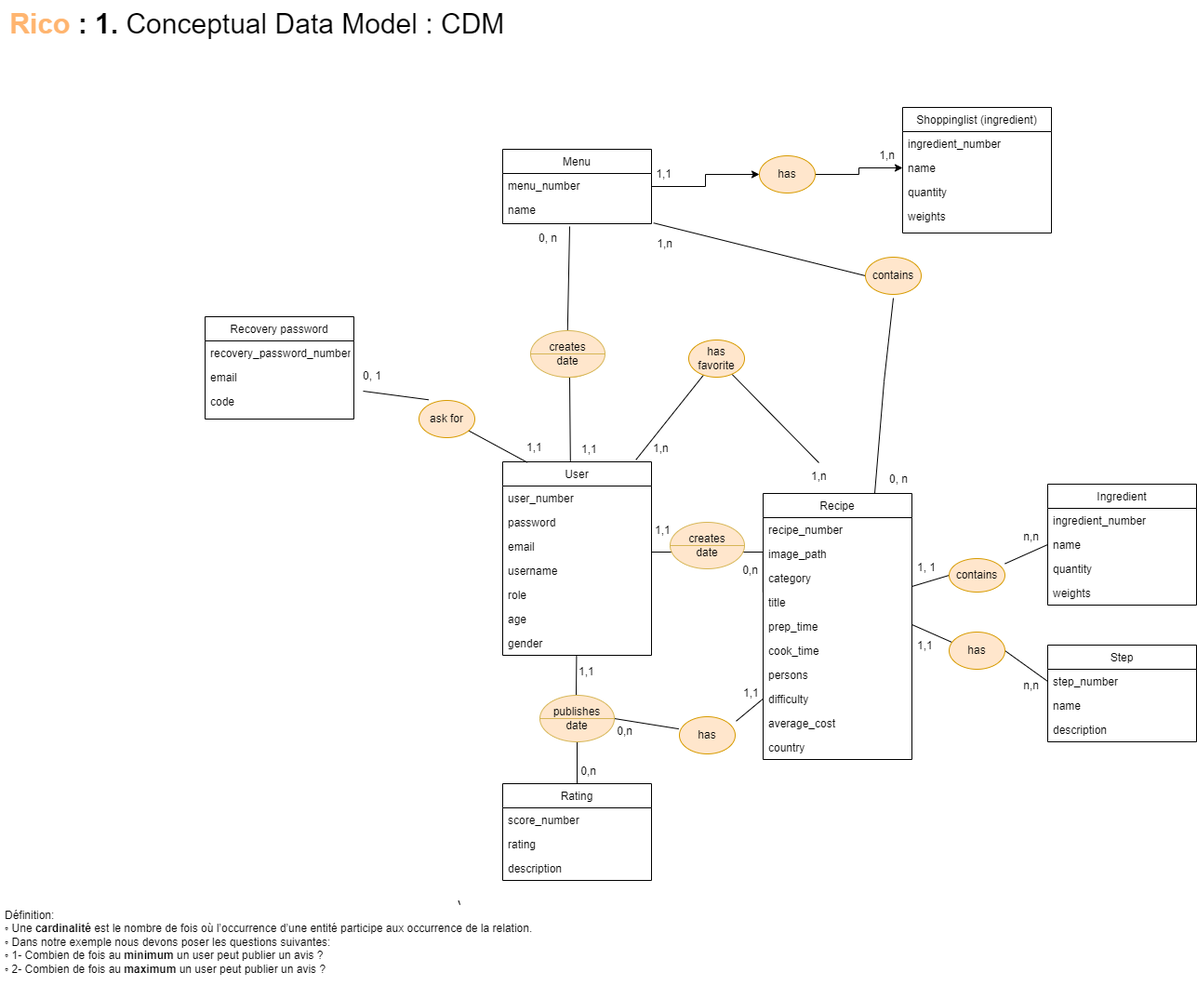
Above: conception/CDM.drawio.png in saracruzfdez/ricoCda (draw.io), before the change. Source tidied: cells renumbered, new cells last; positions are measured from the earlier drawing's top-left corner, leaving out a move shared by most shapes.
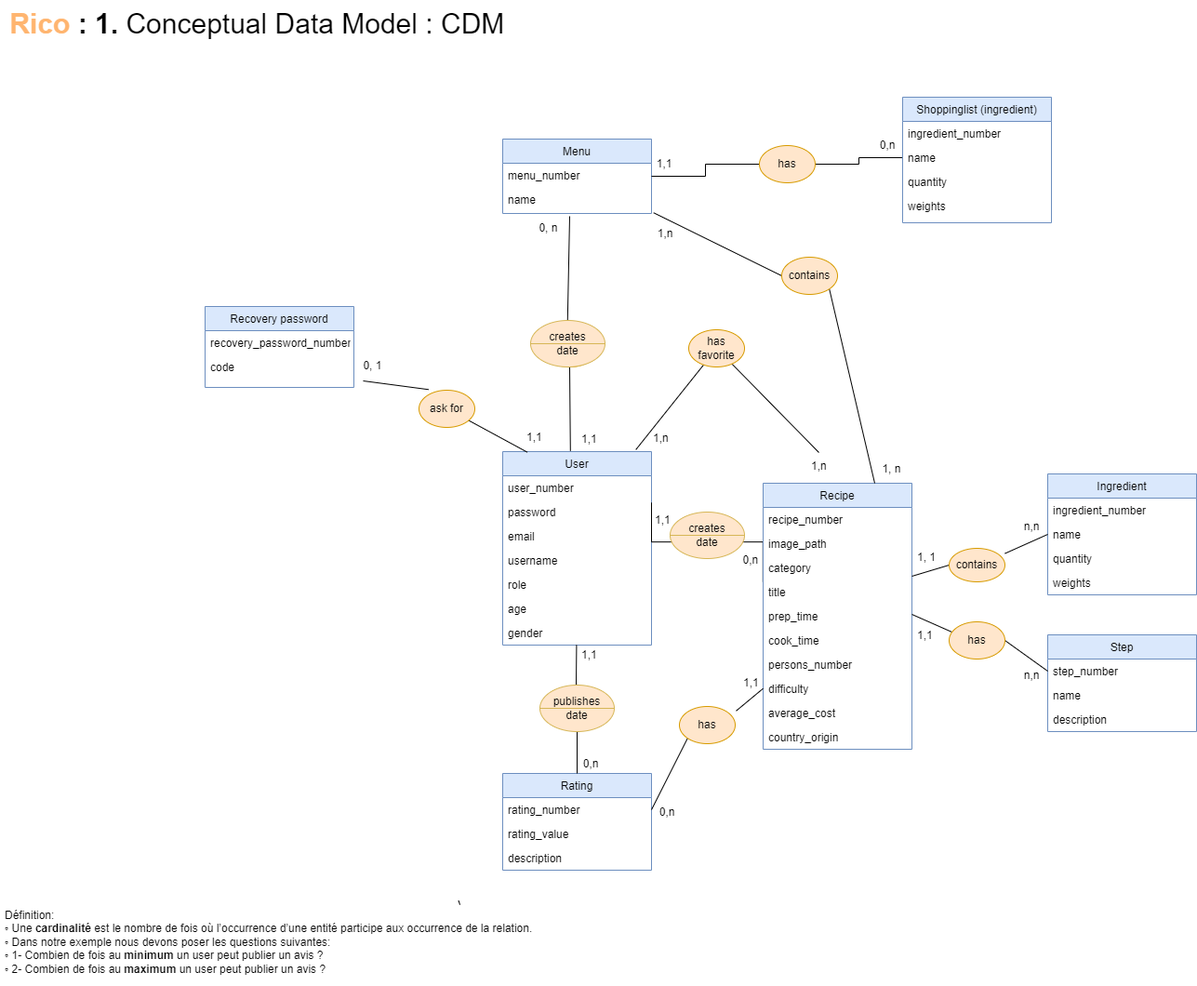
The same diagram one commit later.

What changed in the source:
```diff
@@ -2,7 +2,7 @@
   <root>
     <mxCell id="0" />
     <mxCell id="1" parent="0" />
-    <mxCell id="2" value="User" style="swimlane;fontStyle=0;align=center;verticalAlign=top;horizontal=1;startSize=26;rounded=0;shadow=0;strokeWidth=1;" parent="1" vertex="1">
+    <mxCell id="2" value="User" style="swimlane;fontStyle=0;align=center;verticalAlign=top;horizontal=1;startSize=26;rounded=0;shadow=0;strokeWidth=1;fillColor=#dae8fc;strokeColor=#6c8ebf;" parent="1" vertex="1">
       <mxGeometry x="540" y="496" width="160" height="208" as="geometry" />
     </mxCell>
     <mxCell id="3" value="user_number" style="text;align=left;verticalAlign=top;spacingLeft=4;spacingRight=4;overflow=hidden;rounded=0;shadow=0;html=0;" parent="2" vertex="1">
@@ -42,10 +42,10 @@
     <mxCell id="12" value="gender" style="text;align=left;verticalAlign=top;spacingLeft=4;spacingRight=4;overflow=hidden;rounded=0;shadow=0;html=0;" parent="2" vertex="1">
       <mxGeometry y="182" width="160" height="26" as="geometry" />
     </mxCell>
-    <mxCell id="13" style="edgeStyle=orthogonalEdgeStyle;rounded=0;jettySize=auto;html=1;entryX=0;entryY=0.5;entryDx=0;entryDy=0;" parent="1" edge="1" source="92" target="88">
+    <mxCell id="13" style="edgeStyle=orthogonalEdgeStyle;rounded=0;jettySize=auto;html=1;entryX=0;entryY=0.5;entryDx=0;entryDy=0;endArrow=none;endFill=0;" parent="1" edge="1" source="92" target="88">
       <mxGeometry relative="1" as="geometry" />
     </mxCell>
-    <mxCell id="14" value="Menu" style="swimlane;fontStyle=0;align=center;verticalAlign=top;horizontal=1;startSize=26;rounded=0;shadow=0;strokeWidth=1;" parent="1" vertex="1">
+    <mxCell id="14" value="Menu" style="swimlane;fontStyle=0;align=center;verticalAlign=top;horizontal=1;startSize=26;rounded=0;shadow=0;strokeWidth=1;fillColor=#dae8fc;strokeColor=#6c8ebf;" parent="1" vertex="1">
       <mxGeometry x="540" y="160" width="160" height="80" as="geometry" />
     </mxCell>
     <mxCell id="15" value="menu_number" style="text;align=left;verticalAlign=top;spacingLeft=4;spacingRight=4;overflow=hidden;" parent="14" vertex="1">
@@ -54,7 +54,7 @@
     <mxCell id="16" value="name" style="text;align=left;verticalAlign=top;spacingLeft=4;spacingRight=4;overflow=hidden;points=[[0,0.5],[1,0.5]];portConstraint=eastwest;" parent="14" vertex="1">
       <mxGeometry y="52" width="160" height="26" as="geometry" />
     </mxCell>
-    <mxCell id="17" value="Ingredient" style="swimlane;fontStyle=0;align=center;verticalAlign=top;horizontal=1;startSize=26;rounded=0;shadow=0;strokeWidth=1;" parent="1" vertex="1">
+    <mxCell id="17" value="Ingredient" style="swimlane;fontStyle=0;align=center;verticalAlign=top;horizontal=1;startSize=26;rounded=0;shadow=0;strokeWidth=1;fillColor=#dae8fc;strokeColor=#6c8ebf;" parent="1" vertex="1">
       <mxGeometry x="1126" y="520" width="160" height="130" as="geometry" />
     </mxCell>
     <mxCell id="18" value="ingredient_number" style="text;align=left;verticalAlign=top;spacingLeft=4;spacingRight=4;overflow=hidden;" parent="17" vertex="1">
@@ -69,7 +69,7 @@
     <mxCell id="21" value="weights" style="text;align=left;verticalAlign=top;spacingLeft=4;spacingRight=4;overflow=hidden;" parent="17" vertex="1">
       <mxGeometry y="104" width="160" height="26" as="geometry" />
     </mxCell>
-    <mxCell id="22" value="Recipe" style="swimlane;fontStyle=0;align=center;verticalAlign=top;horizontal=1;startSize=26;rounded=0;shadow=0;strokeWidth=1;" parent="1" vertex="1">
+    <mxCell id="22" value="Recipe" style="swimlane;fontStyle=0;align=center;verticalAlign=top;horizontal=1;startSize=26;rounded=0;shadow=0;strokeWidth=1;fillColor=#dae8fc;strokeColor=#6c8ebf;" parent="1" vertex="1">
       <mxGeometry x="820" y="530" width="160" height="286" as="geometry" />
     </mxCell>
     <mxCell id="23" value="recipe_number" style="text;align=left;verticalAlign=top;spacingLeft=4;spacingRight=4;overflow=hidden;" parent="22" vertex="1">
@@ -90,7 +90,7 @@
     <mxCell id="28" value="cook_time" style="text;align=left;verticalAlign=top;spacingLeft=4;spacingRight=4;overflow=hidden;" parent="22" vertex="1">
       <mxGeometry y="156" width="160" height="26" as="geometry" />
     </mxCell>
-    <mxCell id="29" value="persons" style="text;align=left;verticalAlign=top;spacingLeft=4;spacingRight=4;overflow=hidden;" parent="22" vertex="1">
+    <mxCell id="29" value="persons_number" style="text;align=left;verticalAlign=top;spacingLeft=4;spacingRight=4;overflow=hidden;" parent="22" vertex="1">
       <mxGeometry y="182" width="160" height="26" as="geometry" />
     </mxCell>
     <mxCell id="30" value="difficulty" style="text;align=left;verticalAlign=top;spacingLeft=4;spacingRight=4;overflow=hidden;" parent="22" vertex="1">
@@ -99,10 +99,10 @@
     <mxCell id="31" value="average_cost" style="text;align=left;verticalAlign=top;spacingLeft=4;spacingRight=4;overflow=hidden;" parent="22" vertex="1">
       <mxGeometry y="234" width="160" height="26" as="geometry" />
     </mxCell>
-    <mxCell id="32" value="country" style="text;align=left;verticalAlign=top;spacingLeft=4;spacingRight=4;overflow=hidden;" parent="22" vertex="1">
+    <mxCell id="32" value="country_origin" style="text;align=left;verticalAlign=top;spacingLeft=4;spacingRight=4;overflow=hidden;" parent="22" vertex="1">
       <mxGeometry y="260" width="160" height="26" as="geometry" />
     </mxCell>
-    <mxCell id="33" value="Step" style="swimlane;fontStyle=0;align=center;verticalAlign=top;horizontal=1;startSize=26;rounded=0;shadow=0;strokeWidth=1;" parent="1" vertex="1">
+    <mxCell id="33" value="Step" style="swimlane;fontStyle=0;align=center;verticalAlign=top;horizontal=1;startSize=26;rounded=0;shadow=0;strokeWidth=1;fillColor=#dae8fc;strokeColor=#6c8ebf;" parent="1" vertex="1">
       <mxGeometry x="1126" y="693" width="160" height="104" as="geometry" />
     </mxCell>
     <mxCell id="34" value="step_number" style="text;align=left;verticalAlign=top;spacingLeft=4;spacingRight=4;overflow=hidden;points=[[0,0.5],[1,0.5]];portConstraint=eastwest;" parent="33" vertex="1">
@@ -114,13 +114,13 @@
     <mxCell id="36" value="description" style="text;align=left;verticalAlign=top;spacingLeft=4;spacingRight=4;overflow=hidden;" parent="33" vertex="1">
       <mxGeometry y="78" width="160" height="26" as="geometry" />
     </mxCell>
-    <mxCell id="37" value="Rating" style="swimlane;fontStyle=0;align=center;verticalAlign=top;horizontal=1;startSize=26;rounded=0;shadow=0;strokeWidth=1;" parent="1" vertex="1">
+    <mxCell id="37" value="Rating" style="swimlane;fontStyle=0;align=center;verticalAlign=top;horizontal=1;startSize=26;rounded=0;shadow=0;strokeWidth=1;fillColor=#dae8fc;strokeColor=#6c8ebf;" parent="1" vertex="1">
       <mxGeometry x="540" y="842" width="160" height="104" as="geometry" />
     </mxCell>
-    <mxCell id="38" value="score_number" style="text;align=left;verticalAlign=top;spacingLeft=4;spacingRight=4;overflow=hidden;points=[[0,0.5],[1,0.5]];portConstraint=eastwest;" parent="37" vertex="1">
+    <mxCell id="38" value="rating_number" style="text;align=left;verticalAlign=top;spacingLeft=4;spacingRight=4;overflow=hidden;points=[[0,0.5],[1,0.5]];portConstraint=eastwest;" parent="37" vertex="1">
       <mxGeometry y="26" width="160" height="26" as="geometry" />
     </mxCell>
-    <mxCell id="39" value="rating" style="text;align=left;verticalAlign=top;spacingLeft=4;spacingRight=4;overflow=hidden;" parent="37" vertex="1">
+    <mxCell id="39" value="rating_value" style="text;align=left;verticalAlign=top;spacingLeft=4;spacingRight=4;overflow=hidden;" parent="37" vertex="1">
       <mxGeometry y="52" width="160" height="26" as="geometry" />
     </mxCell>
     <mxCell id="40" value="description" style="text;align=left;verticalAlign=top;spacingLeft=4;spacingRight=4;overflow=hidden;" parent="37" vertex="1">
@@ -150,9 +150,9 @@
       </mxGeometry>
     </mxCell>
     <mxCell id="48" value="0,n" style="align=right;verticalAlign=bottom;labelBackgroundColor=none;fontSize=12;" parent="1" vertex="1">
-      <mxGeometry x="681" y="794" as="geometry" />
+      <mxGeometry x="726" y="892" as="geometry" />
     </mxCell>
-    <mxCell id="49" style="endArrow=none;html=1;rounded=0;entryX=1;entryY=0.5;entryDx=0;entryDy=0;exitX=-0.011;exitY=0.328;exitDx=0;exitDy=0;exitPerimeter=0;endFill=0;" parent="1" edge="1" source="94" target="100">
+    <mxCell id="49" style="endArrow=none;html=1;rounded=0;entryX=1;entryY=0.5;entryDx=0;entryDy=0;exitX=0;exitY=1;exitDx=0;exitDy=0;endFill=0;" parent="1" edge="1" source="94" target="38">
       <mxGeometry relative="1" as="geometry" />
     </mxCell>
     <mxCell id="50" value="1,n" style="align=left;verticalAlign=bottom;labelBackgroundColor=none;fontSize=12;" parent="1" vertex="1">
@@ -187,21 +187,16 @@
         <mxPoint x="53" y="-6" as="offset" />
       </mxGeometry>
     </mxCell>
-    <mxCell id="58" style="endArrow=none;html=1;rounded=0;entryX=0.75;entryY=0;entryDx=0;entryDy=0;" parent="1" edge="1" target="22">
-      <mxGeometry relative="1" as="geometry">
-        <mxPoint x="960" y="320" as="sourcePoint" />
-        <Array as="points">
-          <mxPoint x="950" y="410" />
-        </Array>
-      </mxGeometry>
+    <mxCell id="58" style="endArrow=none;html=1;rounded=0;entryX=0.75;entryY=0;entryDx=0;entryDy=0;exitX=1;exitY=1;exitDx=0;exitDy=0;" parent="1" edge="1" source="77" target="22">
+      <mxGeometry relative="1" as="geometry" />
     </mxCell>
     <mxCell id="59" value="1,n" style="align=right;verticalAlign=bottom;labelBackgroundColor=none;fontSize=12;" parent="1" vertex="1">
       <mxGeometry x="890" y="264" as="geometry">
         <mxPoint x="-166" y="6" as="offset" />
       </mxGeometry>
     </mxCell>
-    <mxCell id="60" value="0, n" style="align=right;verticalAlign=bottom;labelBackgroundColor=none;fontSize=12;" parent="1" vertex="1">
-      <mxGeometry x="700" y="725" as="geometry">
+    <mxCell id="60" value="1, n" style="align=right;verticalAlign=bottom;labelBackgroundColor=none;fontSize=12;" parent="1" vertex="1">
+      <mxGeometry x="692" y="725" as="geometry">
         <mxPoint x="277" y="-202" as="offset" />
       </mxGeometry>
     </mxCell>
@@ -210,7 +205,7 @@
         <mxPoint x="-18" y="56" as="offset" />
       </mxGeometry>
     </mxCell>
-    <mxCell id="62" value="1,n" style="align=right;verticalAlign=bottom;labelBackgroundColor=none;fontSize=12;" parent="1" vertex="1">
+    <mxCell id="62" value="0,n" style="align=right;verticalAlign=bottom;labelBackgroundColor=none;fontSize=12;" parent="1" vertex="1">
       <mxGeometry x="727" y="567" as="geometry">
         <mxPoint x="236" y="-392" as="offset" />
       </mxGeometry>
@@ -224,17 +219,14 @@
         <mxPoint x="619.4" y="704" as="targetPoint" />
       </mxGeometry>
     </mxCell>
-    <mxCell id="65" value="Recovery password" style="swimlane;fontStyle=0;align=center;verticalAlign=top;horizontal=1;startSize=26;rounded=0;shadow=0;strokeWidth=1;" parent="1" vertex="1">
-      <mxGeometry x="220" y="340" width="160" height="110" as="geometry" />
+    <mxCell id="65" value="Recovery password" style="swimlane;fontStyle=0;align=center;verticalAlign=top;horizontal=1;startSize=26;rounded=0;shadow=0;strokeWidth=1;fillColor=#dae8fc;strokeColor=#6c8ebf;" parent="1" vertex="1">
+      <mxGeometry x="220" y="340" width="160" height="87" as="geometry" />
     </mxCell>
     <mxCell id="66" value="recovery_password_number" style="text;align=left;verticalAlign=top;spacingLeft=4;spacingRight=4;overflow=hidden;rounded=0;shadow=0;html=0;" parent="65" vertex="1">
       <mxGeometry y="26" width="160" height="26" as="geometry" />
     </mxCell>
-    <mxCell id="67" value="email" style="text;align=left;verticalAlign=top;spacingLeft=4;spacingRight=4;overflow=hidden;rounded=0;shadow=0;html=0;" parent="65" vertex="1">
-      <mxGeometry y="52" width="160" height="26" as="geometry" />
-    </mxCell>
     <mxCell id="68" value="code" style="text;align=left;verticalAlign=top;spacingLeft=4;spacingRight=4;overflow=hidden;rounded=0;shadow=0;html=0;" parent="65" vertex="1">
-      <mxGeometry y="78" width="160" height="26" as="geometry" />
+      <mxGeometry y="52" width="160" height="26" as="geometry" />
     </mxCell>
     <mxCell id="69" style="endArrow=none;html=1;rounded=0;" parent="1" edge="1" target="70">
       <mxGeometry relative="1" as="geometry">
@@ -263,13 +255,13 @@
       <mxGeometry relative="1" as="geometry" />
     </mxCell>
     <mxCell id="77" value="contains" style="ellipse;whiteSpace=wrap;html=1;fillColor=#ffe6cc;strokeColor=#d79b00;" parent="1" vertex="1">
-      <mxGeometry x="930" y="276" width="60" height="40" as="geometry" />
+      <mxGeometry x="840" y="287" width="60" height="40" as="geometry" />
     </mxCell>
     <mxCell id="78" value="1,1" style="align=left;verticalAlign=bottom;labelBackgroundColor=none;fontSize=12;direction=west;" parent="1" vertex="1">
-      <mxGeometry x="620" y="730" as="geometry" />
+      <mxGeometry x="623" y="723" as="geometry" />
     </mxCell>
     <mxCell id="79" value="0,n" style="align=right;verticalAlign=bottom;labelBackgroundColor=none;fontSize=12;" parent="1" vertex="1">
-      <mxGeometry x="642" y="837" as="geometry" />
+      <mxGeometry x="644" y="840" as="geometry" />
     </mxCell>
     <mxCell id="80" value="1,1" style="align=right;verticalAlign=bottom;labelBackgroundColor=none;fontSize=12;" parent="1" vertex="1">
       <mxGeometry x="240" y="100" as="geometry">
@@ -280,12 +272,12 @@
       <mxGeometry x="1223" y="514.5" as="geometry" />
     </mxCell>
     <mxCell id="82" value="&lt;font style=&quot;font-size: 30px;&quot;&gt;&lt;font style=&quot;font-size: 30px;&quot;&gt;&lt;b style=&quot;&quot;&gt;&lt;font color=&quot;#ffb570&quot;&gt;Rico &lt;/font&gt;: 1.&amp;nbsp;&lt;/b&gt;Conceptual Data Model&amp;nbsp;&lt;/font&gt;: CDM&amp;nbsp;&lt;/font&gt;" style="text;html=1;align=center;verticalAlign=middle;strokeColor=none;fillColor=none;" parent="1" vertex="1">
-      <mxGeometry width="560" height="50" as="geometry" />
+      <mxGeometry y="11" width="560" height="50" as="geometry" />
     </mxCell>
     <mxCell id="83" style="endArrow=none;html=1;rounded=0;" parent="1" edge="1">
       <mxGeometry relative="1" as="geometry">
-        <mxPoint x="494" y="972.2" as="sourcePoint" />
-        <mxPoint x="492.5" y="967.6" as="targetPoint" />
+        <mxPoint x="494" y="983.2" as="sourcePoint" />
+        <mxPoint x="492.5" y="978.6" as="targetPoint" />
       </mxGeometry>
     </mxCell>
     <mxCell id="84" value="creates&lt;br&gt;date" style="shape=lineEllipse;perimeter=ellipsePerimeter;whiteSpace=wrap;html=1;backgroundOutline=1;fillColor=#FFE6CC;strokeColor=#d6b656;" parent="1" vertex="1">
@@ -294,7 +286,7 @@
     <mxCell id="85" value="creates&lt;br&gt;date" style="shape=lineEllipse;perimeter=ellipsePerimeter;whiteSpace=wrap;html=1;backgroundOutline=1;fillColor=#FFE6CC;strokeColor=#d6b656;" parent="1" vertex="1">
       <mxGeometry x="720" y="561" width="80" height="50" as="geometry" />
     </mxCell>
-    <mxCell id="86" value="Shoppinglist (ingredient)" style="swimlane;fontStyle=0;align=center;verticalAlign=top;horizontal=1;startSize=26;rounded=0;shadow=0;strokeWidth=1;" parent="1" vertex="1">
+    <mxCell id="86" value="Shoppinglist (ingredient)" style="swimlane;fontStyle=0;align=center;verticalAlign=top;horizontal=1;startSize=26;rounded=0;shadow=0;strokeWidth=1;fillColor=#dae8fc;strokeColor=#6c8ebf;" parent="1" vertex="1">
       <mxGeometry x="970" y="115" width="160" height="135" as="geometry" />
     </mxCell>
     <mxCell id="87" value="ingredient_number" style="text;align=left;verticalAlign=top;spacingLeft=4;spacingRight=4;overflow=hidden;" parent="86" vertex="1">
@@ -309,7 +301,7 @@
     <mxCell id="90" value="weights" style="text;align=left;verticalAlign=top;spacingLeft=4;spacingRight=4;overflow=hidden;" parent="86" vertex="1">
       <mxGeometry y="104" width="160" height="26" as="geometry" />
     </mxCell>
-    <mxCell id="91" style="edgeStyle=orthogonalEdgeStyle;rounded=0;jettySize=auto;html=1;entryX=0;entryY=0.5;entryDx=0;entryDy=0;" parent="1" edge="1" source="14" target="92">
+    <mxCell id="91" style="edgeStyle=orthogonalEdgeStyle;rounded=0;jettySize=auto;html=1;entryX=0;entryY=0.5;entryDx=0;entryDy=0;endArrow=none;endFill=0;" parent="1" edge="1" source="14" target="92">
       <mxGeometry relative="1" as="geometry" />
     </mxCell>
     <mxCell id="92" value="&lt;span style=&quot;color: rgb(0, 0, 0); font-family: Helvetica; font-size: 12px; font-style: normal; font-variant-ligatures: normal; font-variant-caps: normal; font-weight: 400; letter-spacing: normal; orphans: 2; text-align: center; text-indent: 0px; text-transform: none; widows: 2; word-spacing: 0px; -webkit-text-stroke-width: 0px; text-decoration-thickness: initial; text-decoration-style: initial; text-decoration-color: initial; float: none; display: inline !important;&quot;&gt;has&lt;/span&gt;" style="ellipse;whiteSpace=wrap;html=1;fillColor=#ffe6cc;strokeColor=#d79b00;" parent="1" vertex="1">
@@ -340,7 +332,7 @@
       <mxGeometry x="1020" y="600" width="60" height="36" as="geometry" />
     </mxCell>
     <mxCell id="99" value="Définition:&lt;br&gt;◦ Une &lt;b&gt;cardinalité &lt;/b&gt;est le nombre de fois où l’occurrence d’une entité participe aux occurrence de la relation.&lt;br&gt;◦ Dans notre exemple nous devons poser les questions suivantes:&lt;br&gt;◦ 1- Combien de fois au &lt;b&gt;minimum &lt;/b&gt;un user peut publier un avis ?&lt;br&gt;◦ 2- Combien de fois au &lt;b&gt;maximum &lt;/b&gt;un user peut publier un avis ?" style="text;whiteSpace=wrap;html=1;" parent="1" vertex="1">
-      <mxGeometry x="3" y="970" width="570" height="90" as="geometry" />
+      <mxGeometry x="3" y="981" width="570" height="90" as="geometry" />
     </mxCell>
     <mxCell id="100" value="publishes&lt;br style=&quot;border-color: var(--border-color);&quot;&gt;date" style="shape=lineEllipse;perimeter=ellipsePerimeter;whiteSpace=wrap;html=1;backgroundOutline=1;fillColor=#FFE6CC;strokeColor=#d6b656;" parent="1" vertex="1">
       <mxGeometry x="580" y="747" width="80" height="50" as="geometry" />
```
